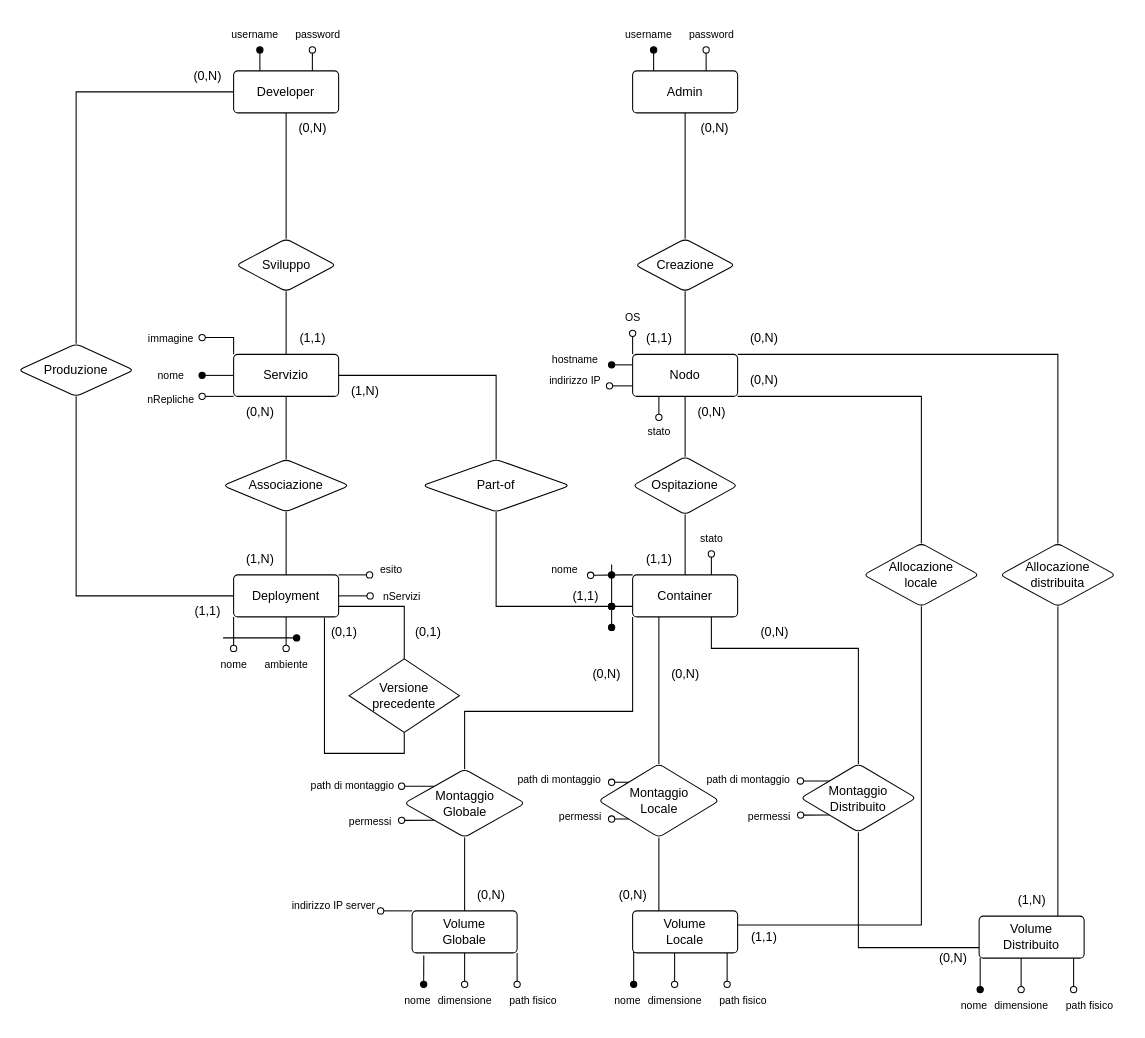
Before: ER_Refurbished.drawio in aledinato/Database-Project-SCP4065533, a draw.io diagram. Source tidied: cells renumbered, new cells numbered last; positions are measured from the earlier drawing's top-left corner, leaving out a move shared by most shapes. Both pictures are drawn from the tidied source at 105%, with x=0, y=0 at pixel (18, 18).
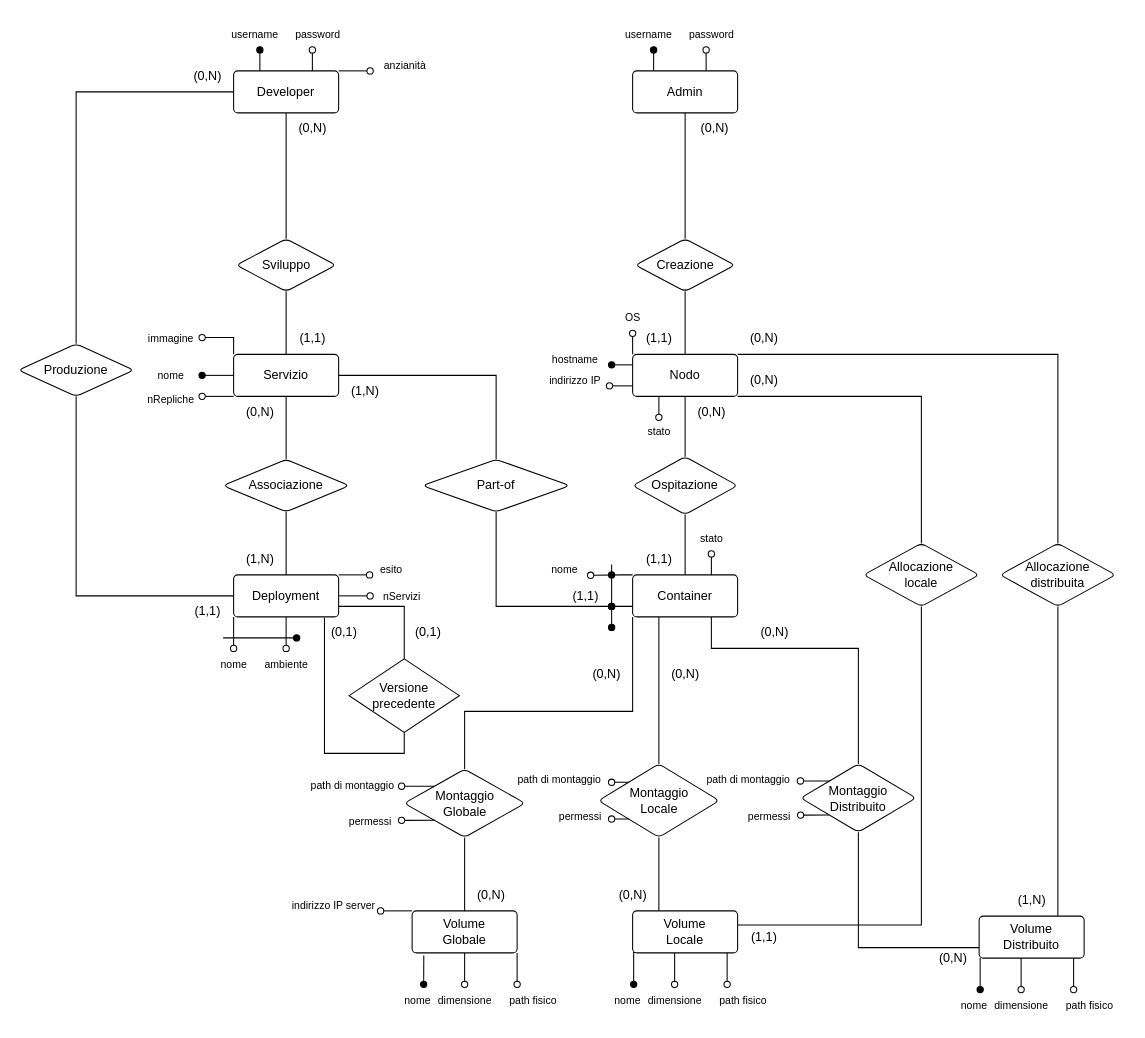
The same page after the edit.

The change refers to these unchanged cells:
```xml
<mxCell id="135" value="Developer" style="rounded=1;arcSize=10;whiteSpace=wrap;html=1;align=center;" parent="1" vertex="1">
  <mxGeometry x="205" y="50" width="100" height="40" as="geometry" />
</mxCell>
```

Change to the diagram source:
```diff
@@
+    <mxCell id="141" style="edgeStyle=orthogonalEdgeStyle;rounded=0;jettySize=auto;html=1;exitX=1;exitY=0;exitDx=0;exitDy=0;endArrow=oval;endFill=0;" parent="1" edge="1" source="135">
+      <mxGeometry relative="1" as="geometry">
+        <mxPoint x="335" y="50" as="targetPoint" />
+      </mxGeometry>
+    </mxCell>
@@
+    <mxCell id="142" value="anzianità" style="text;html=1;align=center;verticalAlign=middle;strokeColor=none;fillColor=none;fontSize=10;" parent="1" vertex="1">
+      <mxGeometry x="337.5" y="30" width="60" height="30" as="geometry" />
+    </mxCell>
```
